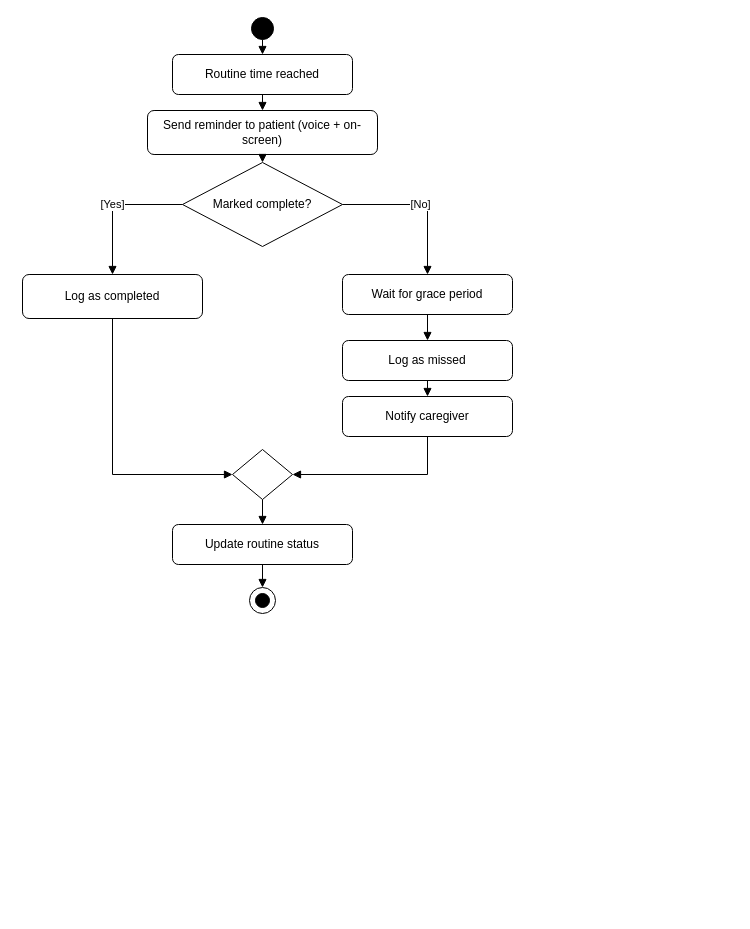
Above: docs/diagrams/activity-daily-routine.drawio.xml in Iraj-Shahzad/memoracare- (draw.io), before the change. Source tidied: cells renumbered, new cells numbered last; positions are measured from the earlier drawing's top-left corner, leaving out a move shared by most shapes. Both pictures are drawn from the tidied source at 100%, with x=0, y=0 at pixel (22, 17).
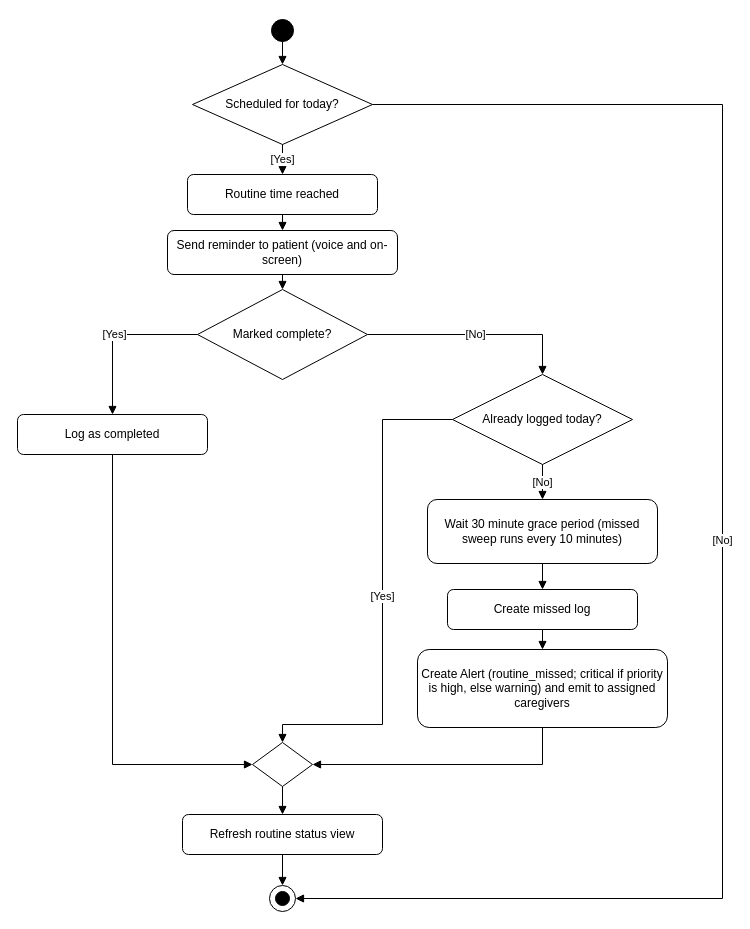
The same diagram, later.

Change to the diagram source:
```diff
@@
     <mxCell id="2" style="ellipse;html=1;fillColor=#000000;strokeColor=#000000;" parent="1" vertex="1">
-      <mxGeometry x="229" width="22" height="22" as="geometry" />
+      <mxGeometry x="249" y="2" width="22" height="22" as="geometry" />
     </mxCell>
+    <mxCell id="25" value="Scheduled for today?" style="rhombus;whiteSpace=wrap;html=1;fillColor=#ffffff;strokeColor=#000000;" parent="1" vertex="1">
+      <mxGeometry x="170" y="47" width="180" height="80" as="geometry" />
+    </mxCell>
-    <mxCell id="3" value="Routine time reached" style="rounded=1;whiteSpace=wrap;html=1;fillColor=#ffffff;" parent="1" vertex="1">
-      <mxGeometry x="150" y="37" width="180" height="40" as="geometry" />
+    <mxCell id="3" value="Routine time reached" style="rounded=1;whiteSpace=wrap;html=1;fillColor=#ffffff;strokeColor=#000000;" parent="1" vertex="1">
+      <mxGeometry x="165" y="157" width="190" height="40" as="geometry" />
     </mxCell>
-    <mxCell id="4" value="Send reminder to patient (voice + on-screen)" style="rounded=1;whiteSpace=wrap;html=1;fillColor=#ffffff;" parent="1" vertex="1">
-      <mxGeometry x="125" y="93" width="230" height="44" as="geometry" />
+    <mxCell id="4" value="Send reminder to patient (voice and on-screen)" style="rounded=1;whiteSpace=wrap;html=1;fillColor=#ffffff;strokeColor=#000000;" parent="1" vertex="1">
+      <mxGeometry x="145" y="213" width="230" height="44" as="geometry" />
     </mxCell>
-    <mxCell id="5" value="Marked complete?" style="rhombus;whiteSpace=wrap;html=1;fillColor=#ffffff;" parent="1" vertex="1">
-      <mxGeometry x="160" y="145" width="160" height="84" as="geometry" />
+    <mxCell id="5" value="Marked complete?" style="rhombus;whiteSpace=wrap;html=1;fillColor=#ffffff;strokeColor=#000000;" parent="1" vertex="1">
+      <mxGeometry x="175" y="272" width="170" height="90" as="geometry" />
     </mxCell>
-    <mxCell id="6" value="Log as completed" style="rounded=1;whiteSpace=wrap;html=1;fillColor=#ffffff;" parent="1" vertex="1">
-      <mxGeometry y="257" width="180" height="44" as="geometry" />
+    <mxCell id="6" value="Log as completed" style="rounded=1;whiteSpace=wrap;html=1;fillColor=#ffffff;strokeColor=#000000;" parent="1" vertex="1">
+      <mxGeometry x="-5" y="397" width="190" height="40" as="geometry" />
     </mxCell>
+    <mxCell id="26" value="Already logged today?" style="rhombus;whiteSpace=wrap;html=1;fillColor=#ffffff;strokeColor=#000000;" parent="1" vertex="1">
+      <mxGeometry x="430" y="357" width="180" height="90" as="geometry" />
+    </mxCell>
-    <mxCell id="7" value="Wait for grace period" style="rounded=1;whiteSpace=wrap;html=1;fillColor=#ffffff;" parent="1" vertex="1">
-      <mxGeometry x="320" y="257" width="170" height="40" as="geometry" />
+    <mxCell id="7" value="Wait 30 minute grace period (missed sweep runs every 10 minutes)" style="rounded=1;whiteSpace=wrap;html=1;fillColor=#ffffff;strokeColor=#000000;" parent="1" vertex="1">
+      <mxGeometry x="405" y="482" width="230" height="64" as="geometry" />
     </mxCell>
-    <mxCell id="8" value="Log as missed" style="rounded=1;whiteSpace=wrap;html=1;fillColor=#ffffff;" parent="1" vertex="1">
-      <mxGeometry x="320" y="323" width="170" height="40" as="geometry" />
+    <mxCell id="8" value="Create missed log" style="rounded=1;whiteSpace=wrap;html=1;fillColor=#ffffff;strokeColor=#000000;" parent="1" vertex="1">
+      <mxGeometry x="425" y="572" width="190" height="40" as="geometry" />
     </mxCell>
-    <mxCell id="9" value="Notify caregiver" style="rounded=1;whiteSpace=wrap;html=1;fillColor=#ffffff;" parent="1" vertex="1">
-      <mxGeometry x="320" y="379" width="170" height="40" as="geometry" />
+    <mxCell id="9" value="Create Alert (routine_missed; critical if priority is high, else warning) and emit to assigned caregivers" style="rounded=1;whiteSpace=wrap;html=1;fillColor=#ffffff;strokeColor=#000000;" parent="1" vertex="1">
+      <mxGeometry x="395" y="632" width="250" height="78" as="geometry" />
     </mxCell>
-    <mxCell id="10" style="rhombus;whiteSpace=wrap;html=1;fillColor=#ffffff;" parent="1" vertex="1">
-      <mxGeometry x="210" y="432" width="60" height="50" as="geometry" />
+    <mxCell id="10" style="rhombus;whiteSpace=wrap;html=1;fillColor=#ffffff;strokeColor=#000000;" parent="1" vertex="1">
+      <mxGeometry x="230" y="725" width="60" height="44" as="geometry" />
     </mxCell>
-    <mxCell id="11" value="Update routine status" style="rounded=1;whiteSpace=wrap;html=1;fillColor=#ffffff;" parent="1" vertex="1">
-      <mxGeometry x="150" y="507" width="180" height="40" as="geometry" />
+    <mxCell id="11" value="Refresh routine status view" style="rounded=1;whiteSpace=wrap;html=1;fillColor=#ffffff;strokeColor=#000000;" parent="1" vertex="1">
+      <mxGeometry x="160" y="797" width="200" height="40" as="geometry" />
     </mxCell>
     <mxCell id="12" style="ellipse;html=1;fillColor=#ffffff;strokeColor=#000000;" parent="1" vertex="1">
-      <mxGeometry x="227" y="570" width="26" height="26" as="geometry" />
+      <mxGeometry x="247" y="868" width="26" height="26" as="geometry" />
     </mxCell>
     <mxCell id="13" style="ellipse;html=1;fillColor=#000000;strokeColor=#000000;" parent="1" vertex="1">
-      <mxGeometry x="233" y="576" width="14" height="14" as="geometry" />
+      <mxGeometry x="253" y="874" width="14" height="14" as="geometry" />
     </mxCell>
-    <mxCell id="14" style="endArrow=block;html=1;" parent="1" edge="1" source="2" target="3">
+    <mxCell id="14" style="endArrow=block;html=1;edgeStyle=orthogonalEdgeStyle;rounded=0;exitX=0.5;exitY=1;entryX=0.5;entryY=0;" parent="1" edge="1" source="2" target="25">
       <mxGeometry relative="1" as="geometry" />
     </mxCell>
+    <mxCell id="27" value="[No]" style="endArrow=block;html=1;edgeStyle=orthogonalEdgeStyle;rounded=0;exitX=1;exitY=0.5;entryX=1;entryY=0.5;" parent="1" edge="1" source="25" target="12">
+      <mxGeometry relative="1" as="geometry">
+        <Array as="points">
+          <mxPoint x="700" y="87" />
+          <mxPoint x="700" y="881" />
+        </Array>
+      </mxGeometry>
+    </mxCell>
+    <mxCell id="28" value="[Yes]" style="endArrow=block;html=1;edgeStyle=orthogonalEdgeStyle;rounded=0;exitX=0.5;exitY=1;entryX=0.5;entryY=0;" parent="1" edge="1" source="25" target="3">
+      <mxGeometry relative="1" as="geometry" />
+    </mxCell>
-    <mxCell id="15" style="endArrow=block;html=1;" parent="1" edge="1" source="3" target="4">
+    <mxCell id="15" style="endArrow=block;html=1;edgeStyle=orthogonalEdgeStyle;rounded=0;exitX=0.5;exitY=1;entryX=0.5;entryY=0;" parent="1" edge="1" source="3" target="4">
       <mxGeometry relative="1" as="geometry" />
     </mxCell>
-    <mxCell id="16" style="endArrow=block;html=1;" parent="1" edge="1" source="4" target="5">
+    <mxCell id="16" style="endArrow=block;html=1;edgeStyle=orthogonalEdgeStyle;rounded=0;exitX=0.5;exitY=1;entryX=0.5;entryY=0;" parent="1" edge="1" source="4" target="5">
       <mxGeometry relative="1" as="geometry" />
     </mxCell>
-    <mxCell id="17" value="[Yes]" style="endArrow=block;html=1;edgeStyle=orthogonalEdgeStyle;rounded=0;" parent="1" edge="1" source="5" target="6">
+    <mxCell id="17" value="[Yes]" style="endArrow=block;html=1;edgeStyle=orthogonalEdgeStyle;rounded=0;exitX=0;exitY=0.5;entryX=0.5;entryY=0;" parent="1" edge="1" source="5" target="6">
       <mxGeometry relative="1" as="geometry">
         <Array as="points">
-          <mxPoint x="90" y="187" />
+          <mxPoint x="90" y="317" />
         </Array>
       </mxGeometry>
     </mxCell>
+    <mxCell id="19" style="endArrow=block;html=1;edgeStyle=orthogonalEdgeStyle;rounded=0;exitX=0.5;exitY=1;entryX=0;entryY=0.5;" parent="1" edge="1" source="6" target="10">
+      <mxGeometry relative="1" as="geometry">
+        <Array as="points">
+          <mxPoint x="90" y="747" />
+        </Array>
+      </mxGeometry>
+    </mxCell>
-    <mxCell id="18" value="[No]" style="endArrow=block;html=1;edgeStyle=orthogonalEdgeStyle;rounded=0;" parent="1" edge="1" source="5" target="7">
+    <mxCell id="18" value="[No]" style="endArrow=block;html=1;edgeStyle=orthogonalEdgeStyle;rounded=0;exitX=1;exitY=0.5;entryX=0.5;entryY=0;" parent="1" edge="1" source="5" target="26">
       <mxGeometry relative="1" as="geometry">
         <Array as="points">
-          <mxPoint x="405" y="187" />
+          <mxPoint x="520" y="317" />
         </Array>
       </mxGeometry>
     </mxCell>
-    <mxCell id="19" style="endArrow=block;html=1;edgeStyle=orthogonalEdgeStyle;rounded=0;" parent="1" edge="1" source="6" target="10">
-      <mxGeometry relative="1" as="geometry">
-        <Array as="points">
-          <mxPoint x="90" y="457" />
-        </Array>
-      </mxGeometry>
-    </mxCell>
+    <mxCell id="29" value="[Yes]" style="endArrow=block;html=1;edgeStyle=orthogonalEdgeStyle;rounded=0;exitX=0;exitY=0.5;entryX=0.5;entryY=0;" parent="1" edge="1" source="26" target="10">
+      <mxGeometry relative="1" as="geometry">
+        <Array as="points">
+          <mxPoint x="360" y="402" />
+          <mxPoint x="360" y="707" />
+          <mxPoint x="260" y="707" />
+        </Array>
+      </mxGeometry>
+    </mxCell>
+    <mxCell id="30" value="[No]" style="endArrow=block;html=1;edgeStyle=orthogonalEdgeStyle;rounded=0;exitX=0.5;exitY=1;entryX=0.5;entryY=0;" parent="1" edge="1" source="26" target="7">
+      <mxGeometry relative="1" as="geometry" />
+    </mxCell>
-    <mxCell id="20" style="endArrow=block;html=1;" parent="1" edge="1" source="7" target="8">
+    <mxCell id="20" style="endArrow=block;html=1;edgeStyle=orthogonalEdgeStyle;rounded=0;exitX=0.5;exitY=1;entryX=0.5;entryY=0;" parent="1" edge="1" source="7" target="8">
       <mxGeometry relative="1" as="geometry" />
     </mxCell>
-    <mxCell id="21" style="endArrow=block;html=1;" parent="1" edge="1" source="8" target="9">
+    <mxCell id="21" style="endArrow=block;html=1;edgeStyle=orthogonalEdgeStyle;rounded=0;exitX=0.5;exitY=1;entryX=0.5;entryY=0;" parent="1" edge="1" source="8" target="9">
       <mxGeometry relative="1" as="geometry" />
     </mxCell>
-    <mxCell id="22" style="endArrow=block;html=1;edgeStyle=orthogonalEdgeStyle;rounded=0;" parent="1" edge="1" source="9" target="10">
+    <mxCell id="22" style="endArrow=block;html=1;edgeStyle=orthogonalEdgeStyle;rounded=0;exitX=0.5;exitY=1;entryX=1;entryY=0.5;" parent="1" edge="1" source="9" target="10">
       <mxGeometry relative="1" as="geometry">
         <Array as="points">
-          <mxPoint x="405" y="457" />
+          <mxPoint x="520" y="747" />
         </Array>
       </mxGeometry>
     </mxCell>
-    <mxCell id="23" style="endArrow=block;html=1;" parent="1" edge="1" source="10" target="11">
+    <mxCell id="23" style="endArrow=block;html=1;edgeStyle=orthogonalEdgeStyle;rounded=0;exitX=0.5;exitY=1;entryX=0.5;entryY=0;" parent="1" edge="1" source="10" target="11">
       <mxGeometry relative="1" as="geometry" />
     </mxCell>
-    <mxCell id="24" style="endArrow=block;html=1;" parent="1" edge="1" source="11" target="12">
+    <mxCell id="24" style="endArrow=block;html=1;edgeStyle=orthogonalEdgeStyle;rounded=0;exitX=0.5;exitY=1;entryX=0.5;entryY=0;" parent="1" edge="1" source="11" target="12">
       <mxGeometry relative="1" as="geometry" />
     </mxCell>
```
